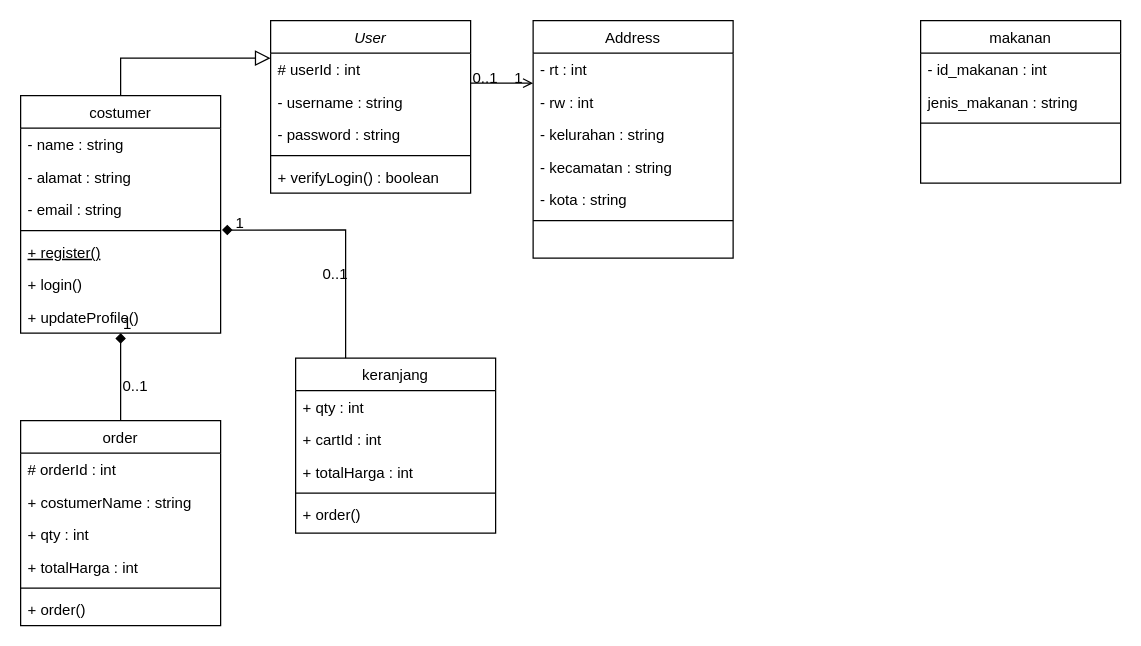
This is Untitled Diagram.drawio from mulqi/restaurant-backEnd, a draw.io file, before an edit. Source tidied: cells renumbered, new cells numbered last; positions are measured from the earlier drawing's top-left corner, leaving out a move shared by most shapes. Both pictures are drawn from the tidied source at 125%, with x=0, y=0 at pixel (20, 20).
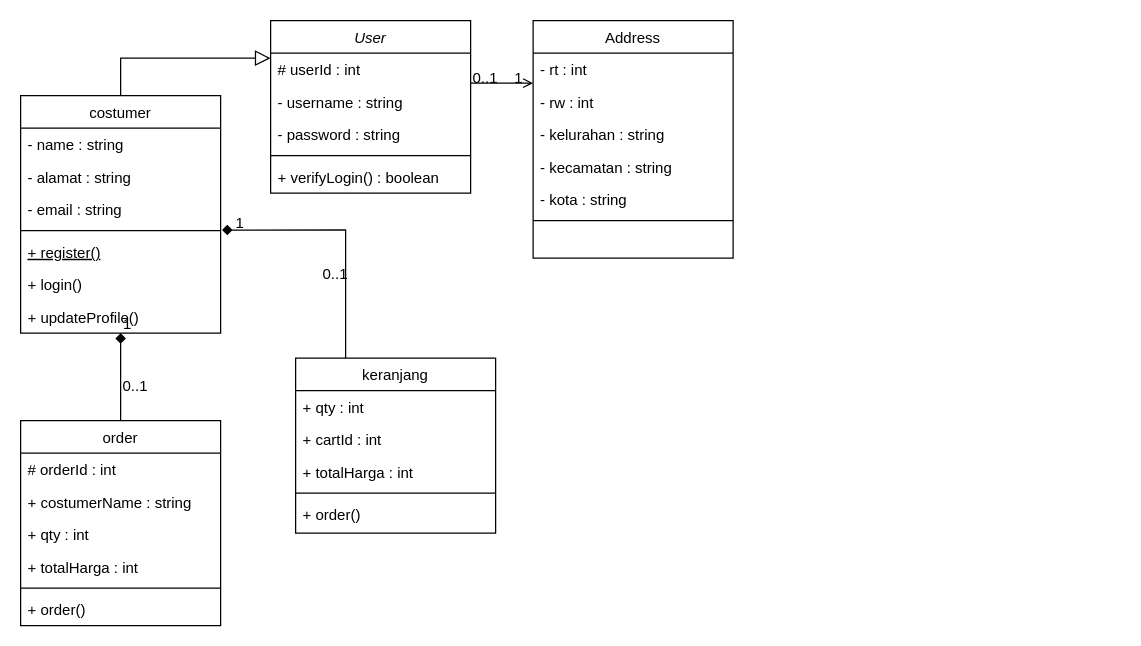
The same page after the edit.

The edit, as a diff of the source:
```diff
@@
-    <mxCell id="46" value="makanan" style="swimlane;fontStyle=0;align=center;verticalAlign=top;horizontal=1;startSize=26;rounded=0;shadow=0;strokeWidth=1;" parent="1" vertex="1">
-      <mxGeometry x="720" width="160" height="130" as="geometry" />
-    </mxCell>
-    <mxCell id="47" value="- id_makanan : int" style="text;align=left;verticalAlign=top;spacingLeft=4;spacingRight=4;overflow=hidden;" parent="46" vertex="1">
-      <mxGeometry y="26" width="160" height="26" as="geometry" />
-    </mxCell>
-    <mxCell id="48" value="jenis_makanan : string&#10;" style="text;align=left;verticalAlign=top;spacingLeft=4;spacingRight=4;overflow=hidden;rounded=0;shadow=0;html=0;" parent="46" vertex="1">
-      <mxGeometry y="52" width="160" height="26" as="geometry" />
-    </mxCell>
-    <mxCell id="49" style="line;html=1;strokeWidth=1;align=left;verticalAlign=middle;spacingTop=-1;spacingLeft=3;spacingRight=3;labelPosition=right;" parent="46" vertex="1">
-      <mxGeometry y="78" width="160" height="8" as="geometry" />
-    </mxCell>
```
